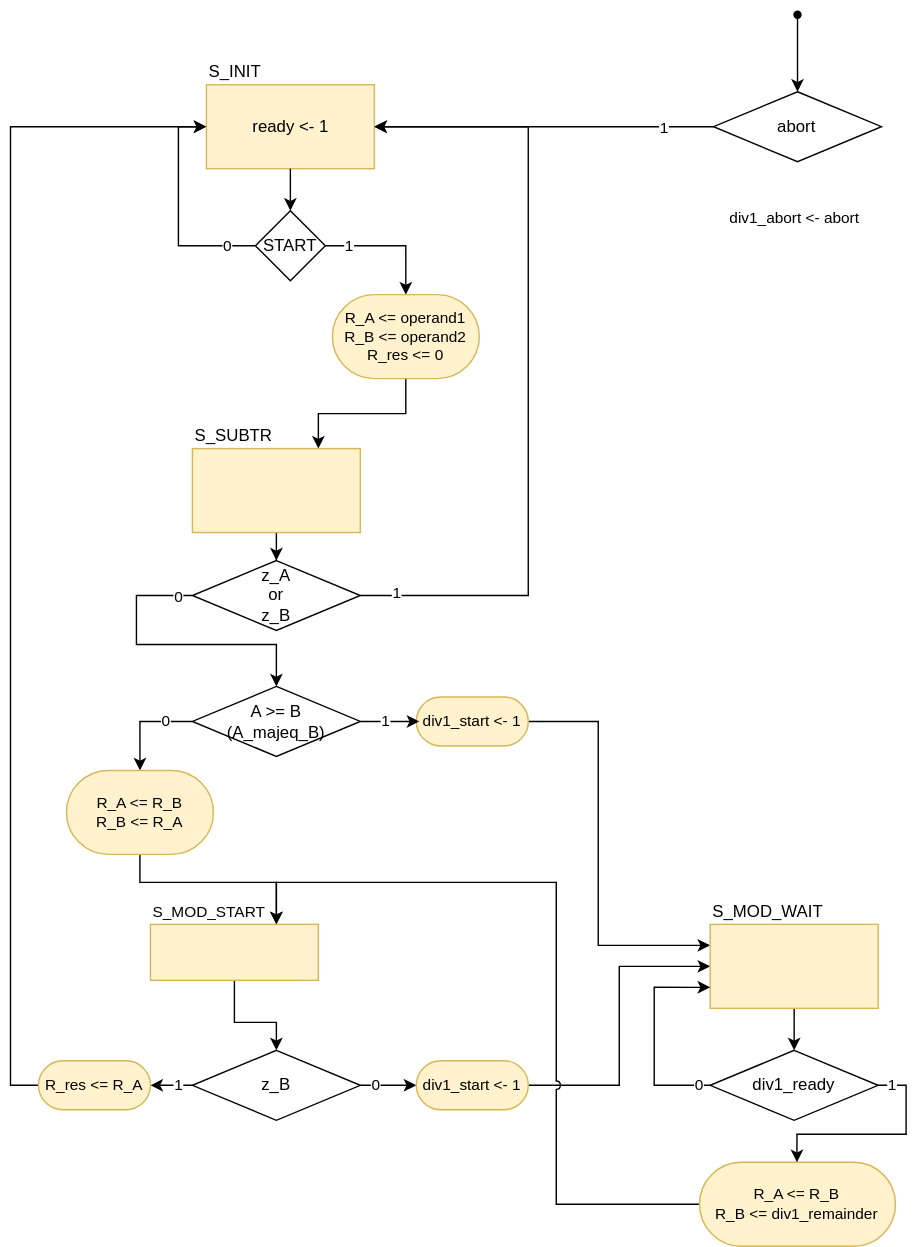
The draw.io diagram doc/images/ASM-mcd_ctrl.drawio.svg in DavidTrevisan/calcolatori_elettronici_2025, before a commit. Source tidied: cells renumbered, new cells last; positions are measured from the earlier drawing's top-left corner, leaving out a move shared by most shapes.
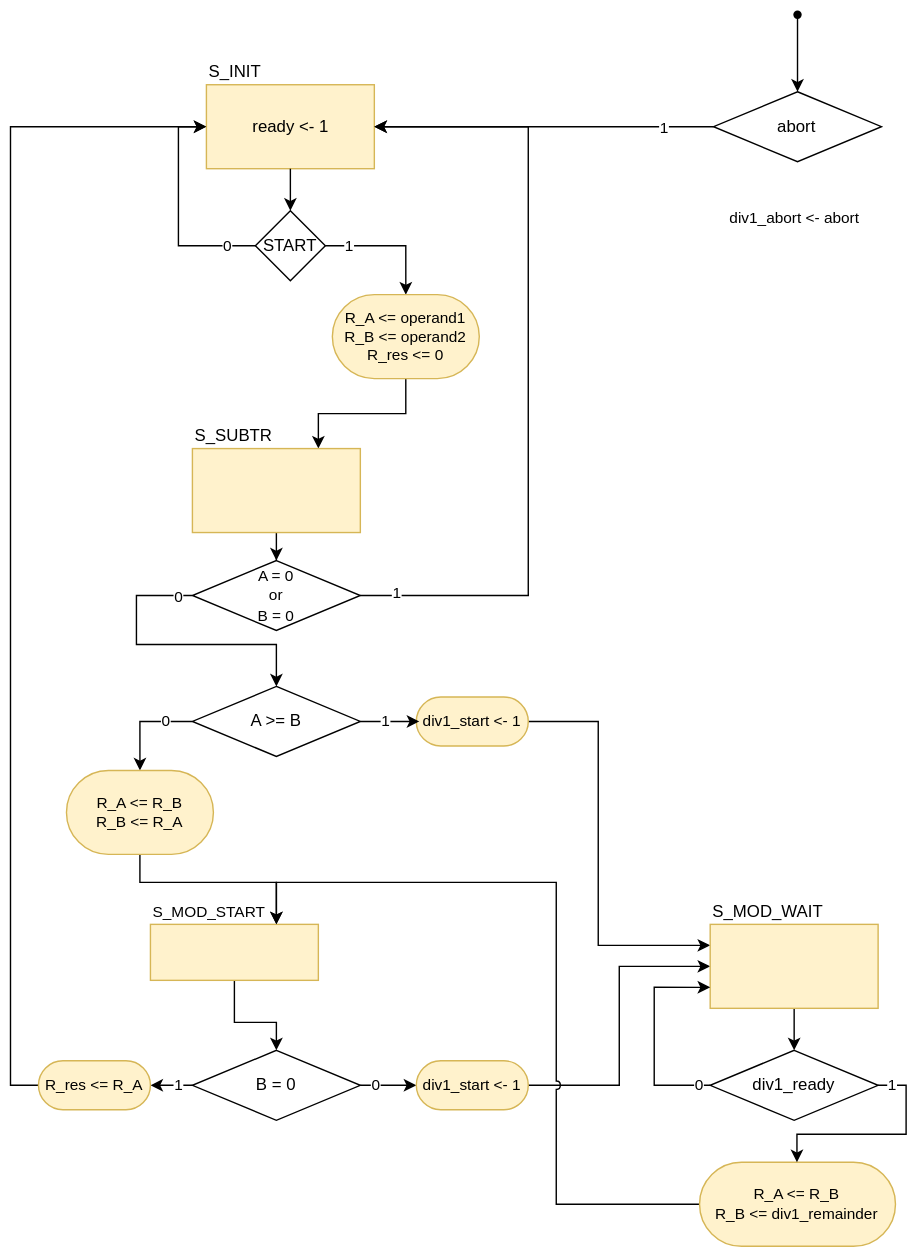
After the change.

Diff of the diagram source:
```diff
@@ -79,7 +79,7 @@
     <mxCell id="18" value="1" style="edgeLabel;html=1;align=center;verticalAlign=middle;" parent="17" vertex="1">
       <mxGeometry x="-0.91" y="2" relative="1" as="geometry" />
     </mxCell>
-    <mxCell id="19" value="z_A &lt;br&gt;or &lt;br&gt;z_B" style="rhombus;whiteSpace=wrap;html=1;" parent="1" vertex="1">
+    <mxCell id="19" value="&lt;font style=&quot;font-size: 11px;&quot;&gt;A = 0&lt;br&gt;or&lt;br&gt;B = 0&lt;/font&gt;" style="rhombus;whiteSpace=wrap;html=1;" parent="1" vertex="1">
       <mxGeometry x="130" y="400" width="120" height="50" as="geometry" />
     </mxCell>
     <mxCell id="20" style="edgeStyle=orthogonalEdgeStyle;rounded=0;jettySize=auto;html=1;exitX=0;exitY=0.5;exitDx=0;exitDy=0;entryX=0.5;entryY=0;entryDx=0;entryDy=0;" parent="1" edge="1" source="22" target="53">
@@ -94,7 +94,7 @@
         <mxPoint x="-15" y="3" as="offset" />
       </mxGeometry>
     </mxCell>
-    <mxCell id="22" value="A &amp;gt;= B&lt;br&gt;(A_majeq_B)" style="rhombus;whiteSpace=wrap;html=1;" parent="1" vertex="1">
+    <mxCell id="22" value="A &amp;gt;= B" style="rhombus;whiteSpace=wrap;html=1;" parent="1" vertex="1">
       <mxGeometry x="130" y="490" width="120" height="50" as="geometry" />
     </mxCell>
     <mxCell id="23" style="edgeStyle=orthogonalEdgeStyle;rounded=0;jettySize=auto;html=1;entryX=0.5;entryY=0;entryDx=0;entryDy=0;" parent="1" edge="1" source="24" target="33">
@@ -139,7 +139,7 @@
     <mxCell id="32" value="0" style="edgeLabel;html=1;align=center;verticalAlign=middle;" parent="31" vertex="1">
       <mxGeometry x="-0.44" relative="1" as="geometry" />
     </mxCell>
-    <mxCell id="33" value="z_B" style="rhombus;whiteSpace=wrap;html=1;" parent="1" vertex="1">
+    <mxCell id="33" value="B = 0" style="rhombus;whiteSpace=wrap;html=1;" parent="1" vertex="1">
       <mxGeometry x="130" y="750" width="120" height="50" as="geometry" />
     </mxCell>
     <mxCell id="34" style="edgeStyle=orthogonalEdgeStyle;rounded=0;jettySize=auto;html=1;entryX=0;entryY=0.5;entryDx=0;entryDy=0;" parent="1" edge="1" source="35" target="4">
```
